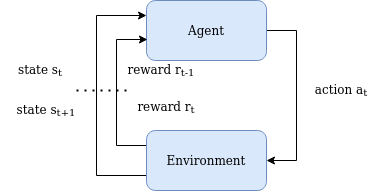
This is diagrams/reinforce_learning_control_loop.png from analytiq-hub/sigagent.github.io, a draw.io export, as it was before one commit. Source tidied: cells renumbered, new cells last; positions are measured from the earlier drawing's top-left corner, leaving out a move shared by most shapes.
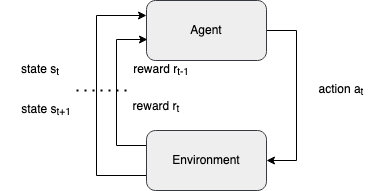
Later version of the same file.

Change to the diagram source:
```diff
@@ -10,7 +10,7 @@
         </Array>
       </mxGeometry>
     </mxCell>
-    <mxCell id="3" value="Agent" style="rounded=1;whiteSpace=wrap;html=1;fillColor=#dae8fc;strokeColor=#6c8ebf;" parent="1" vertex="1">
+    <mxCell id="3" value="Agent" style="rounded=1;whiteSpace=wrap;html=1;fillColor=#eeeeee;strokeColor=#36393d;" parent="1" vertex="1">
       <mxGeometry x="146" width="120" height="60" as="geometry" />
     </mxCell>
     <mxCell id="4" style="edgeStyle=orthogonalEdgeStyle;rounded=0;jettySize=auto;html=1;exitX=0;exitY=0.75;exitDx=0;exitDy=0;entryX=0;entryY=0.25;entryDx=0;entryDy=0;" parent="1" edge="1" source="6" target="3">
@@ -29,7 +29,7 @@
         </Array>
       </mxGeometry>
     </mxCell>
-    <mxCell id="6" value="Environment" style="rounded=1;whiteSpace=wrap;html=1;fillColor=#dae8fc;strokeColor=#6c8ebf;" parent="1" vertex="1">
+    <mxCell id="6" value="Environment" style="rounded=1;whiteSpace=wrap;html=1;fillColor=#eeeeee;strokeColor=#36393d;" parent="1" vertex="1">
       <mxGeometry x="146" y="130" width="120" height="60" as="geometry" />
     </mxCell>
     <mxCell id="7" value="action a&lt;sub&gt;t&lt;/sub&gt;" style="text;html=1;strokeColor=none;fillColor=none;align=center;verticalAlign=middle;whiteSpace=wrap;rounded=0;" parent="1" vertex="1">
@@ -45,7 +45,7 @@
       <mxGeometry x="6" y="100" width="80" height="20" as="geometry" />
     </mxCell>
     <mxCell id="11" value="reward r&lt;sub&gt;t&lt;/sub&gt;" style="text;html=1;strokeColor=none;fillColor=none;align=center;verticalAlign=middle;whiteSpace=wrap;rounded=0;" parent="1" vertex="1">
-      <mxGeometry x="126" y="97" width="80" height="20" as="geometry" />
+      <mxGeometry x="116" y="97" width="80" height="20" as="geometry" />
     </mxCell>
     <mxCell id="12" style="endArrow=none;dashed=1;html=1;dashPattern=1 3;strokeWidth=2;" parent="1" edge="1">
       <mxGeometry relative="1" as="geometry">
```
